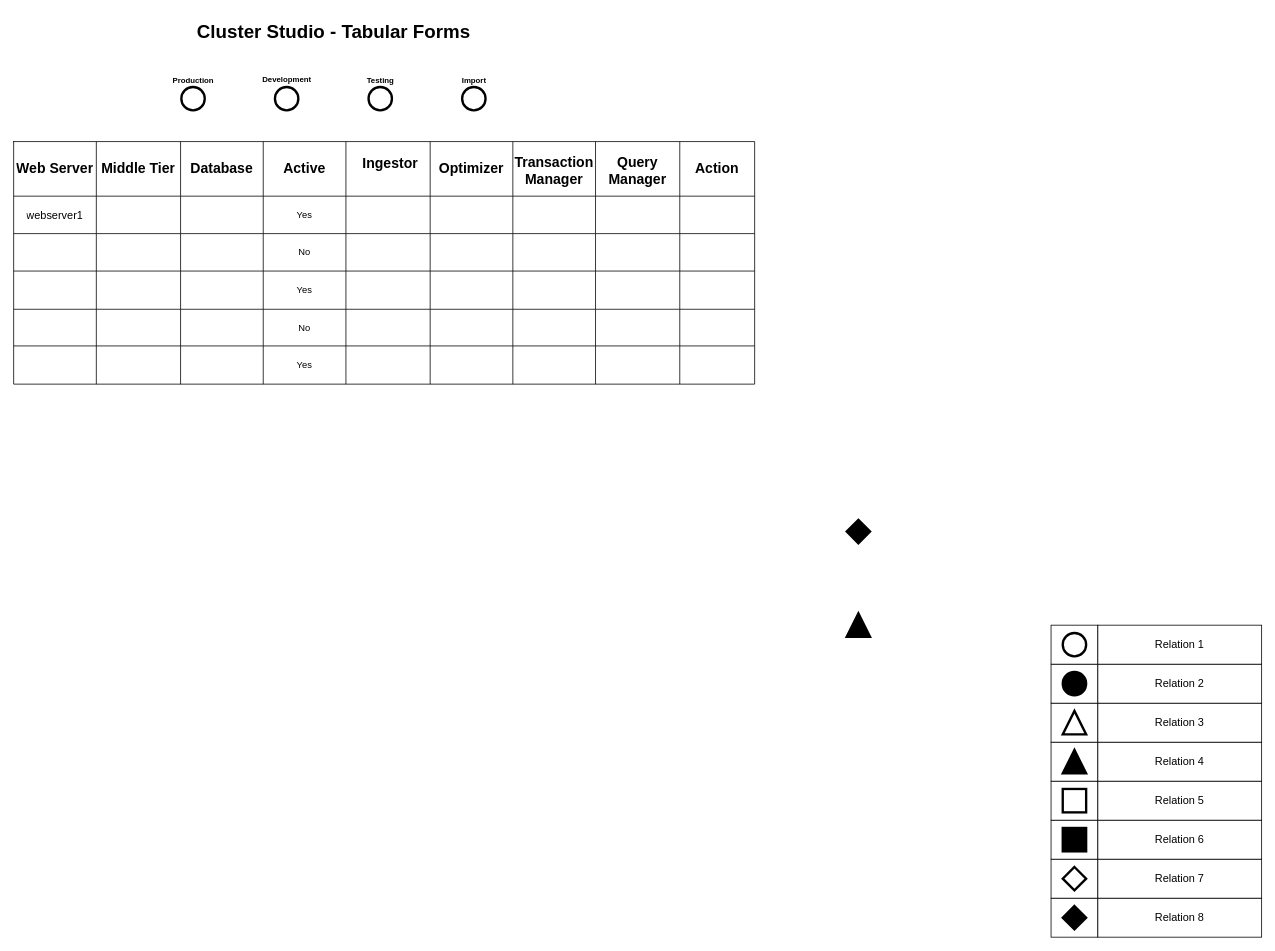
The draw.io diagram Untitled Diagram.drawio in rizwan0612/TestProject, before the edit. Source tidied: cells renumbered, new cells numbered last; positions are measured from the earlier drawing's top-left corner, leaving out a move shared by most shapes. Both pictures are drawn from the tidied source at 78%, with x=0, y=0 at pixel (13, 16).
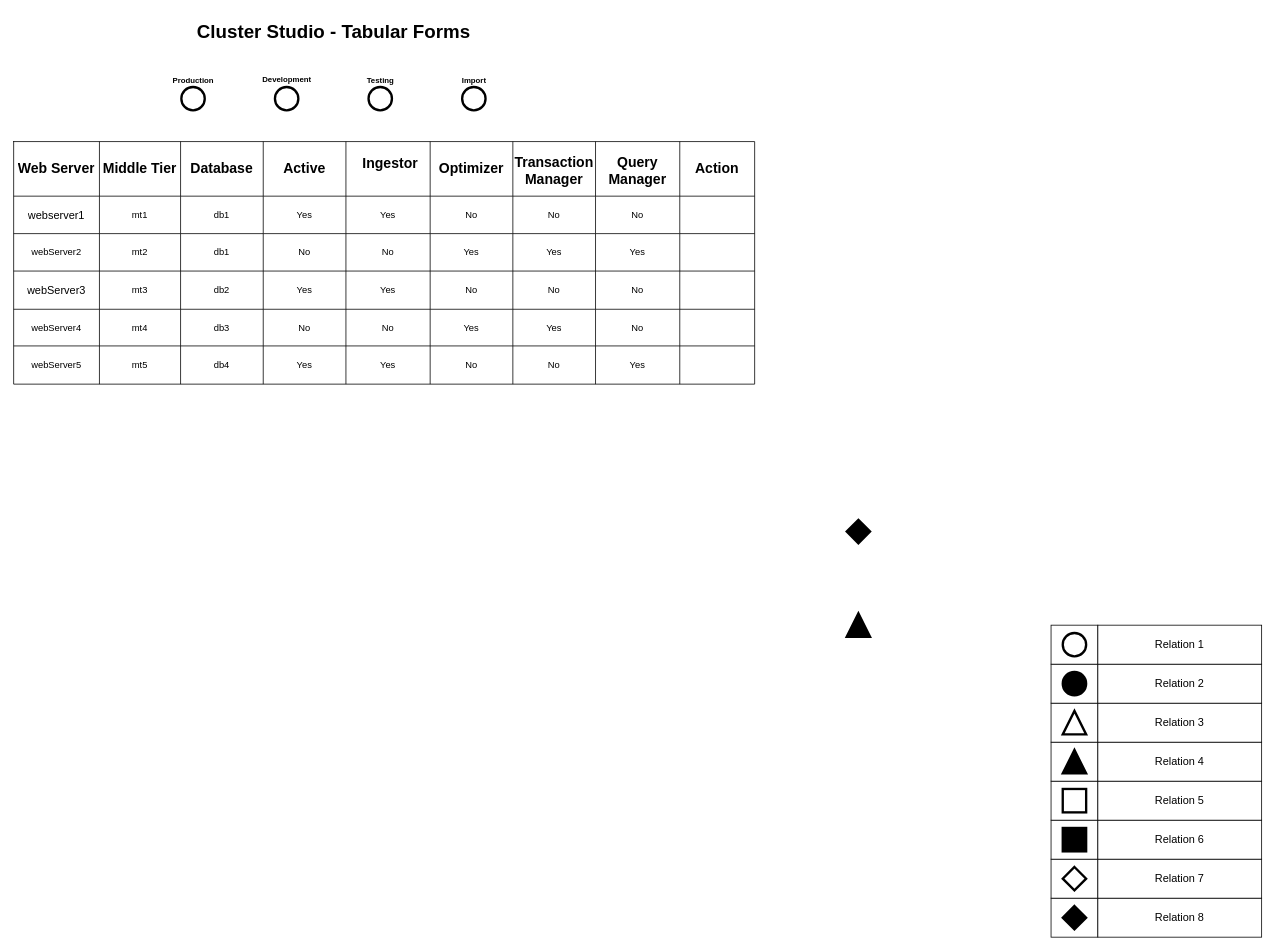
After the change.

Unchanged cells that the change refers to:
```xml
<mxCell id="3" style="shape=partialRectangle;html=1;whiteSpace=wrap;fillColor=none;top=0;left=0;bottom=0;right=0;" parent="2" vertex="1">
  <mxGeometry width="950" height="70" as="geometry" />
</mxCell>
<mxCell id="13" style="shape=partialRectangle;html=1;whiteSpace=wrap;fillColor=none;top=0;left=0;bottom=0;right=0;" parent="2" vertex="1">
  <mxGeometry y="70" width="950" height="48" as="geometry" />
</mxCell>
<mxCell id="23" style="shape=partialRectangle;html=1;whiteSpace=wrap;fillColor=none;top=0;left=0;bottom=0;right=0;" parent="2" vertex="1">
  <mxGeometry y="118" width="950" height="48" as="geometry" />
</mxCell>
<mxCell id="33" style="shape=partialRectangle;html=1;whiteSpace=wrap;fillColor=none;top=0;left=0;bottom=0;right=0;" parent="2" vertex="1">
  <mxGeometry y="166" width="950" height="49" as="geometry" />
</mxCell>
<mxCell id="43" style="shape=partialRectangle;html=1;whiteSpace=wrap;fillColor=none;top=0;left=0;bottom=0;right=0;" parent="2" vertex="1">
  <mxGeometry y="215" width="950" height="47" as="geometry" />
</mxCell>
<mxCell id="53" style="shape=partialRectangle;html=1;whiteSpace=wrap;fillColor=none;top=0;left=0;bottom=0;right=0;" parent="2" vertex="1">
  <mxGeometry y="262" width="950" height="49" as="geometry" />
</mxCell>
```

The edit, as a diff of the source:
```diff
@@
     <mxCell id="4" value="&lt;h2&gt;Web Server&lt;/h2&gt;" style="shape=partialRectangle;html=1;whiteSpace=wrap;overflow=hidden;fillColor=none;top=0;left=0;bottom=0;right=0;" parent="3" vertex="1">
-      <mxGeometry width="106" height="70" as="geometry" />
+      <mxGeometry width="110" height="70" as="geometry" />
     </mxCell>
     <mxCell id="5" value="&lt;h2&gt;Middle Tier&lt;/h2&gt;" style="shape=partialRectangle;html=1;whiteSpace=wrap;overflow=hidden;fillColor=none;top=0;left=0;bottom=0;right=0;" parent="3" vertex="1">
-      <mxGeometry x="106" width="108" height="70" as="geometry" />
+      <mxGeometry x="110" width="104" height="70" as="geometry" />
     </mxCell>
@@
     <mxCell id="14" value="&lt;h3&gt;&lt;span style=&quot;font-weight: normal&quot;&gt;webserver1&lt;/span&gt;&lt;/h3&gt;" style="shape=partialRectangle;html=1;whiteSpace=wrap;overflow=hidden;fillColor=none;top=0;left=0;bottom=0;right=0;" parent="13" vertex="1">
-      <mxGeometry width="106" height="48" as="geometry" />
+      <mxGeometry width="110" height="48" as="geometry" />
     </mxCell>
-    <mxCell id="15" style="shape=partialRectangle;html=1;whiteSpace=wrap;overflow=hidden;fillColor=none;top=0;left=0;bottom=0;right=0;" parent="13" vertex="1">
-      <mxGeometry x="106" width="108" height="48" as="geometry" />
+    <mxCell id="15" value="mt1" style="shape=partialRectangle;html=1;whiteSpace=wrap;overflow=hidden;fillColor=none;top=0;left=0;bottom=0;right=0;" parent="13" vertex="1">
+      <mxGeometry x="110" width="104" height="48" as="geometry" />
     </mxCell>
-    <mxCell id="16" style="shape=partialRectangle;html=1;whiteSpace=wrap;overflow=hidden;fillColor=none;top=0;left=0;bottom=0;right=0;" parent="13" vertex="1">
+    <mxCell id="16" value="db1" style="shape=partialRectangle;html=1;whiteSpace=wrap;overflow=hidden;fillColor=none;top=0;left=0;bottom=0;right=0;" parent="13" vertex="1">
       <mxGeometry x="214" width="106" height="48" as="geometry" />
     </mxCell>
@@
-    <mxCell id="18" style="shape=partialRectangle;html=1;whiteSpace=wrap;overflow=hidden;fillColor=none;top=0;left=0;bottom=0;right=0;" parent="13" vertex="1">
+    <mxCell id="18" value="Yes" style="shape=partialRectangle;html=1;whiteSpace=wrap;overflow=hidden;fillColor=none;top=0;left=0;bottom=0;right=0;" parent="13" vertex="1">
       <mxGeometry x="426" width="108" height="48" as="geometry" />
     </mxCell>
-    <mxCell id="19" style="shape=partialRectangle;html=1;whiteSpace=wrap;overflow=hidden;fillColor=none;top=0;left=0;bottom=0;right=0;" parent="13" vertex="1">
+    <mxCell id="19" value="No" style="shape=partialRectangle;html=1;whiteSpace=wrap;overflow=hidden;fillColor=none;top=0;left=0;bottom=0;right=0;" parent="13" vertex="1">
       <mxGeometry x="534" width="106" height="48" as="geometry" />
     </mxCell>
-    <mxCell id="20" style="shape=partialRectangle;html=1;whiteSpace=wrap;overflow=hidden;fillColor=none;top=0;left=0;bottom=0;right=0;" parent="13" vertex="1">
+    <mxCell id="20" value="No" style="shape=partialRectangle;html=1;whiteSpace=wrap;overflow=hidden;fillColor=none;top=0;left=0;bottom=0;right=0;" parent="13" vertex="1">
       <mxGeometry x="640" width="106" height="48" as="geometry" />
     </mxCell>
-    <mxCell id="21" style="shape=partialRectangle;html=1;whiteSpace=wrap;overflow=hidden;fillColor=none;top=0;left=0;bottom=0;right=0;" parent="13" vertex="1">
+    <mxCell id="21" value="No" style="shape=partialRectangle;html=1;whiteSpace=wrap;overflow=hidden;fillColor=none;top=0;left=0;bottom=0;right=0;" parent="13" vertex="1">
       <mxGeometry x="746" width="108" height="48" as="geometry" />
     </mxCell>
@@
-    <mxCell id="24" style="shape=partialRectangle;html=1;whiteSpace=wrap;overflow=hidden;fillColor=none;top=0;left=0;bottom=0;right=0;" parent="23" vertex="1">
-      <mxGeometry width="106" height="48" as="geometry" />
+    <mxCell id="24" value="webServer2" style="shape=partialRectangle;html=1;whiteSpace=wrap;overflow=hidden;fillColor=none;top=0;left=0;bottom=0;right=0;" parent="23" vertex="1">
+      <mxGeometry width="110" height="48" as="geometry" />
     </mxCell>
-    <mxCell id="25" style="shape=partialRectangle;html=1;whiteSpace=wrap;overflow=hidden;fillColor=none;top=0;left=0;bottom=0;right=0;" parent="23" vertex="1">
-      <mxGeometry x="106" width="108" height="48" as="geometry" />
+    <mxCell id="25" value="mt2" style="shape=partialRectangle;html=1;whiteSpace=wrap;overflow=hidden;fillColor=none;top=0;left=0;bottom=0;right=0;" parent="23" vertex="1">
+      <mxGeometry x="110" width="104" height="48" as="geometry" />
     </mxCell>
-    <mxCell id="26" style="shape=partialRectangle;html=1;whiteSpace=wrap;overflow=hidden;fillColor=none;top=0;left=0;bottom=0;right=0;" parent="23" vertex="1">
+    <mxCell id="26" value="db1" style="shape=partialRectangle;html=1;whiteSpace=wrap;overflow=hidden;fillColor=none;top=0;left=0;bottom=0;right=0;" parent="23" vertex="1">
       <mxGeometry x="214" width="106" height="48" as="geometry" />
     </mxCell>
@@
-    <mxCell id="28" style="shape=partialRectangle;html=1;whiteSpace=wrap;overflow=hidden;fillColor=none;top=0;left=0;bottom=0;right=0;" parent="23" vertex="1">
+    <mxCell id="28" value="No" style="shape=partialRectangle;html=1;whiteSpace=wrap;overflow=hidden;fillColor=none;top=0;left=0;bottom=0;right=0;" parent="23" vertex="1">
       <mxGeometry x="426" width="108" height="48" as="geometry" />
     </mxCell>
-    <mxCell id="29" style="shape=partialRectangle;html=1;whiteSpace=wrap;overflow=hidden;fillColor=none;top=0;left=0;bottom=0;right=0;" parent="23" vertex="1">
+    <mxCell id="29" value="Yes" style="shape=partialRectangle;html=1;whiteSpace=wrap;overflow=hidden;fillColor=none;top=0;left=0;bottom=0;right=0;" parent="23" vertex="1">
       <mxGeometry x="534" width="106" height="48" as="geometry" />
     </mxCell>
-    <mxCell id="30" style="shape=partialRectangle;html=1;whiteSpace=wrap;overflow=hidden;fillColor=none;top=0;left=0;bottom=0;right=0;" parent="23" vertex="1">
+    <mxCell id="30" value="Yes" style="shape=partialRectangle;html=1;whiteSpace=wrap;overflow=hidden;fillColor=none;top=0;left=0;bottom=0;right=0;" parent="23" vertex="1">
       <mxGeometry x="640" width="106" height="48" as="geometry" />
     </mxCell>
-    <mxCell id="31" style="shape=partialRectangle;html=1;whiteSpace=wrap;overflow=hidden;fillColor=none;top=0;left=0;bottom=0;right=0;" parent="23" vertex="1">
+    <mxCell id="31" value="Yes" style="shape=partialRectangle;html=1;whiteSpace=wrap;overflow=hidden;fillColor=none;top=0;left=0;bottom=0;right=0;" parent="23" vertex="1">
       <mxGeometry x="746" width="108" height="48" as="geometry" />
     </mxCell>
@@
-    <mxCell id="34" style="shape=partialRectangle;html=1;whiteSpace=wrap;overflow=hidden;fillColor=none;top=0;left=0;bottom=0;right=0;" parent="33" vertex="1">
-      <mxGeometry width="106" height="49" as="geometry" />
+    <mxCell id="34" value="&lt;h3&gt;&lt;span style=&quot;font-weight: normal&quot;&gt;webServer3&lt;/span&gt;&lt;/h3&gt;" style="shape=partialRectangle;html=1;whiteSpace=wrap;overflow=hidden;fillColor=none;top=0;left=0;bottom=0;right=0;" parent="33" vertex="1">
+      <mxGeometry width="110" height="49" as="geometry" />
     </mxCell>
-    <mxCell id="35" style="shape=partialRectangle;html=1;whiteSpace=wrap;overflow=hidden;fillColor=none;top=0;left=0;bottom=0;right=0;" parent="33" vertex="1">
-      <mxGeometry x="106" width="108" height="49" as="geometry" />
+    <mxCell id="35" value="mt3" style="shape=partialRectangle;html=1;whiteSpace=wrap;overflow=hidden;fillColor=none;top=0;left=0;bottom=0;right=0;" parent="33" vertex="1">
+      <mxGeometry x="110" width="104" height="49" as="geometry" />
     </mxCell>
-    <mxCell id="36" style="shape=partialRectangle;html=1;whiteSpace=wrap;overflow=hidden;fillColor=none;top=0;left=0;bottom=0;right=0;" parent="33" vertex="1">
+    <mxCell id="36" value="db2" style="shape=partialRectangle;html=1;whiteSpace=wrap;overflow=hidden;fillColor=none;top=0;left=0;bottom=0;right=0;" parent="33" vertex="1">
       <mxGeometry x="214" width="106" height="49" as="geometry" />
     </mxCell>
@@
-    <mxCell id="38" style="shape=partialRectangle;html=1;whiteSpace=wrap;overflow=hidden;fillColor=none;top=0;left=0;bottom=0;right=0;" parent="33" vertex="1">
+    <mxCell id="38" value="Yes" style="shape=partialRectangle;html=1;whiteSpace=wrap;overflow=hidden;fillColor=none;top=0;left=0;bottom=0;right=0;" parent="33" vertex="1">
       <mxGeometry x="426" width="108" height="49" as="geometry" />
     </mxCell>
-    <mxCell id="39" style="shape=partialRectangle;html=1;whiteSpace=wrap;overflow=hidden;fillColor=none;top=0;left=0;bottom=0;right=0;" parent="33" vertex="1">
+    <mxCell id="39" value="No" style="shape=partialRectangle;html=1;whiteSpace=wrap;overflow=hidden;fillColor=none;top=0;left=0;bottom=0;right=0;" parent="33" vertex="1">
       <mxGeometry x="534" width="106" height="49" as="geometry" />
     </mxCell>
-    <mxCell id="40" style="shape=partialRectangle;html=1;whiteSpace=wrap;overflow=hidden;fillColor=none;top=0;left=0;bottom=0;right=0;" parent="33" vertex="1">
+    <mxCell id="40" value="No" style="shape=partialRectangle;html=1;whiteSpace=wrap;overflow=hidden;fillColor=none;top=0;left=0;bottom=0;right=0;" parent="33" vertex="1">
       <mxGeometry x="640" width="106" height="49" as="geometry" />
     </mxCell>
-    <mxCell id="41" style="shape=partialRectangle;html=1;whiteSpace=wrap;overflow=hidden;fillColor=none;top=0;left=0;bottom=0;right=0;" parent="33" vertex="1">
+    <mxCell id="41" value="No" style="shape=partialRectangle;html=1;whiteSpace=wrap;overflow=hidden;fillColor=none;top=0;left=0;bottom=0;right=0;" parent="33" vertex="1">
       <mxGeometry x="746" width="108" height="49" as="geometry" />
     </mxCell>
@@
-    <mxCell id="44" style="shape=partialRectangle;html=1;whiteSpace=wrap;overflow=hidden;fillColor=none;top=0;left=0;bottom=0;right=0;" parent="43" vertex="1">
-      <mxGeometry width="106" height="47" as="geometry" />
+    <mxCell id="44" value="webServer4" style="shape=partialRectangle;html=1;whiteSpace=wrap;overflow=hidden;fillColor=none;top=0;left=0;bottom=0;right=0;" parent="43" vertex="1">
+      <mxGeometry width="110" height="47" as="geometry" />
     </mxCell>
-    <mxCell id="45" style="shape=partialRectangle;html=1;whiteSpace=wrap;overflow=hidden;fillColor=none;top=0;left=0;bottom=0;right=0;" parent="43" vertex="1">
-      <mxGeometry x="106" width="108" height="47" as="geometry" />
+    <mxCell id="45" value="mt4" style="shape=partialRectangle;html=1;whiteSpace=wrap;overflow=hidden;fillColor=none;top=0;left=0;bottom=0;right=0;" parent="43" vertex="1">
+      <mxGeometry x="110" width="104" height="47" as="geometry" />
     </mxCell>
-    <mxCell id="46" style="shape=partialRectangle;html=1;whiteSpace=wrap;overflow=hidden;fillColor=none;top=0;left=0;bottom=0;right=0;" parent="43" vertex="1">
+    <mxCell id="46" value="db3" style="shape=partialRectangle;html=1;whiteSpace=wrap;overflow=hidden;fillColor=none;top=0;left=0;bottom=0;right=0;" parent="43" vertex="1">
       <mxGeometry x="214" width="106" height="47" as="geometry" />
     </mxCell>
@@
-    <mxCell id="48" style="shape=partialRectangle;html=1;whiteSpace=wrap;overflow=hidden;fillColor=none;top=0;left=0;bottom=0;right=0;" parent="43" vertex="1">
+    <mxCell id="48" value="No" style="shape=partialRectangle;html=1;whiteSpace=wrap;overflow=hidden;fillColor=none;top=0;left=0;bottom=0;right=0;" parent="43" vertex="1">
       <mxGeometry x="426" width="108" height="47" as="geometry" />
     </mxCell>
-    <mxCell id="49" style="shape=partialRectangle;html=1;whiteSpace=wrap;overflow=hidden;fillColor=none;top=0;left=0;bottom=0;right=0;" parent="43" vertex="1">
+    <mxCell id="49" value="Yes" style="shape=partialRectangle;html=1;whiteSpace=wrap;overflow=hidden;fillColor=none;top=0;left=0;bottom=0;right=0;" parent="43" vertex="1">
       <mxGeometry x="534" width="106" height="47" as="geometry" />
     </mxCell>
-    <mxCell id="50" style="shape=partialRectangle;html=1;whiteSpace=wrap;overflow=hidden;fillColor=none;top=0;left=0;bottom=0;right=0;" parent="43" vertex="1">
+    <mxCell id="50" value="Yes" style="shape=partialRectangle;html=1;whiteSpace=wrap;overflow=hidden;fillColor=none;top=0;left=0;bottom=0;right=0;" parent="43" vertex="1">
       <mxGeometry x="640" width="106" height="47" as="geometry" />
     </mxCell>
-    <mxCell id="51" style="shape=partialRectangle;html=1;whiteSpace=wrap;overflow=hidden;fillColor=none;top=0;left=0;bottom=0;right=0;" parent="43" vertex="1">
+    <mxCell id="51" value="No" style="shape=partialRectangle;html=1;whiteSpace=wrap;overflow=hidden;fillColor=none;top=0;left=0;bottom=0;right=0;" parent="43" vertex="1">
       <mxGeometry x="746" width="108" height="47" as="geometry" />
     </mxCell>
@@
-    <mxCell id="54" style="shape=partialRectangle;html=1;whiteSpace=wrap;overflow=hidden;fillColor=none;top=0;left=0;bottom=0;right=0;" parent="53" vertex="1">
-      <mxGeometry width="106" height="49" as="geometry" />
+    <mxCell id="54" value="webServer5" style="shape=partialRectangle;html=1;whiteSpace=wrap;overflow=hidden;fillColor=none;top=0;left=0;bottom=0;right=0;" parent="53" vertex="1">
+      <mxGeometry width="110" height="49" as="geometry" />
     </mxCell>
-    <mxCell id="55" style="shape=partialRectangle;html=1;whiteSpace=wrap;overflow=hidden;fillColor=none;top=0;left=0;bottom=0;right=0;" parent="53" vertex="1">
-      <mxGeometry x="106" width="108" height="49" as="geometry" />
+    <mxCell id="55" value="mt5" style="shape=partialRectangle;html=1;whiteSpace=wrap;overflow=hidden;fillColor=none;top=0;left=0;bottom=0;right=0;" parent="53" vertex="1">
+      <mxGeometry x="110" width="104" height="49" as="geometry" />
     </mxCell>
-    <mxCell id="56" style="shape=partialRectangle;html=1;whiteSpace=wrap;overflow=hidden;fillColor=none;top=0;left=0;bottom=0;right=0;" parent="53" vertex="1">
+    <mxCell id="56" value="db4" style="shape=partialRectangle;html=1;whiteSpace=wrap;overflow=hidden;fillColor=none;top=0;left=0;bottom=0;right=0;" parent="53" vertex="1">
       <mxGeometry x="214" width="106" height="49" as="geometry" />
     </mxCell>
@@
-    <mxCell id="58" style="shape=partialRectangle;html=1;whiteSpace=wrap;overflow=hidden;fillColor=none;top=0;left=0;bottom=0;right=0;" parent="53" vertex="1">
+    <mxCell id="58" value="Yes" style="shape=partialRectangle;html=1;whiteSpace=wrap;overflow=hidden;fillColor=none;top=0;left=0;bottom=0;right=0;" parent="53" vertex="1">
       <mxGeometry x="426" width="108" height="49" as="geometry" />
     </mxCell>
-    <mxCell id="59" style="shape=partialRectangle;html=1;whiteSpace=wrap;overflow=hidden;fillColor=none;top=0;left=0;bottom=0;right=0;" parent="53" vertex="1">
+    <mxCell id="59" value="No" style="shape=partialRectangle;html=1;whiteSpace=wrap;overflow=hidden;fillColor=none;top=0;left=0;bottom=0;right=0;" parent="53" vertex="1">
       <mxGeometry x="534" width="106" height="49" as="geometry" />
     </mxCell>
-    <mxCell id="60" style="shape=partialRectangle;html=1;whiteSpace=wrap;overflow=hidden;fillColor=none;top=0;left=0;bottom=0;right=0;" parent="53" vertex="1">
+    <mxCell id="60" value="No" style="shape=partialRectangle;html=1;whiteSpace=wrap;overflow=hidden;fillColor=none;top=0;left=0;bottom=0;right=0;" parent="53" vertex="1">
       <mxGeometry x="640" width="106" height="49" as="geometry" />
     </mxCell>
-    <mxCell id="61" style="shape=partialRectangle;html=1;whiteSpace=wrap;overflow=hidden;fillColor=none;top=0;left=0;bottom=0;right=0;" parent="53" vertex="1">
+    <mxCell id="61" value="Yes" style="shape=partialRectangle;html=1;whiteSpace=wrap;overflow=hidden;fillColor=none;top=0;left=0;bottom=0;right=0;" parent="53" vertex="1">
       <mxGeometry x="746" width="108" height="49" as="geometry" />
     </mxCell>
```
